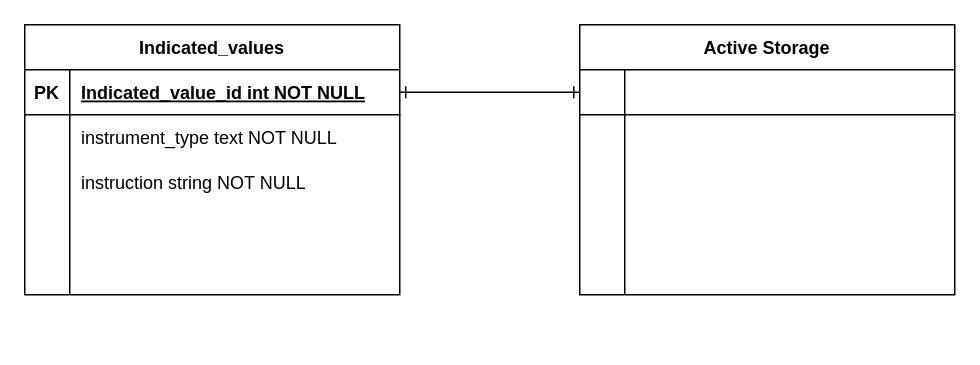
This is ER.dio from kawara-ite/ivp2_app, a draw.io file, before an edit. Source tidied: cells renumbered, new cells numbered last; positions are measured from the earlier drawing's top-left corner, leaving out a move shared by most shapes. Both pictures are drawn from the tidied source at 150%, with x=0, y=0 at pixel (24, 24).
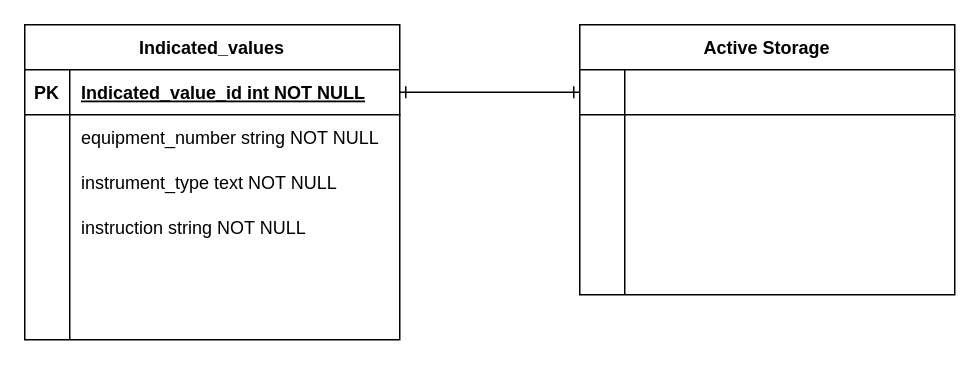
After the change.

Change to the diagram source:
```diff
@@
     <mxCell id="2" value="Indicated_values" style="shape=table;startSize=30;childLayout=tableLayout;rowLines=0;fontStyle=1;align=center;rounded=0;" parent="1" vertex="1">
-      <mxGeometry width="250" height="180" as="geometry" />
+      <mxGeometry width="250" height="210" as="geometry" />
     </mxCell>
@@
+    <mxCell id="35" style="shape=partialRectangle;fillColor=none;top=0;left=0;right=0;bottom=0;" parent="2" vertex="1">
+      <mxGeometry y="60" width="250" height="30" as="geometry" />
+    </mxCell>
+    <mxCell id="36" style="shape=partialRectangle;overflow=hidden;fillColor=none;top=0;left=0;bottom=0;right=0;" parent="35" vertex="1">
+      <mxGeometry width="30" height="30" as="geometry" />
+    </mxCell>
+    <mxCell id="37" value="equipment_number string NOT NULL" style="shape=partialRectangle;overflow=hidden;fillColor=none;top=0;left=0;bottom=0;right=0;align=left;spacingLeft=6;" parent="35" vertex="1">
+      <mxGeometry x="30" width="220" height="30" as="geometry" />
+    </mxCell>
     <mxCell id="6" style="shape=partialRectangle;fillColor=none;top=0;left=0;right=0;bottom=0;" parent="2" vertex="1">
-      <mxGeometry y="60" width="250" height="30" as="geometry" />
+      <mxGeometry y="90" width="250" height="30" as="geometry" />
     </mxCell>
@@
     <mxCell id="9" style="shape=partialRectangle;fillColor=none;top=0;left=0;right=0;bottom=0;" parent="2" vertex="1">
-      <mxGeometry y="90" width="250" height="30" as="geometry" />
+      <mxGeometry y="120" width="250" height="30" as="geometry" />
     </mxCell>
@@
     <mxCell id="12" style="shape=partialRectangle;fillColor=none;top=0;left=0;right=0;bottom=0;" parent="2" vertex="1">
-      <mxGeometry y="120" width="250" height="30" as="geometry" />
+      <mxGeometry y="150" width="250" height="30" as="geometry" />
     </mxCell>
@@
     <mxCell id="15" style="shape=partialRectangle;fillColor=none;top=0;left=0;right=0;bottom=0;" parent="2" vertex="1">
-      <mxGeometry y="150" width="250" height="30" as="geometry" />
+      <mxGeometry y="180" width="250" height="30" as="geometry" />
     </mxCell>
```
